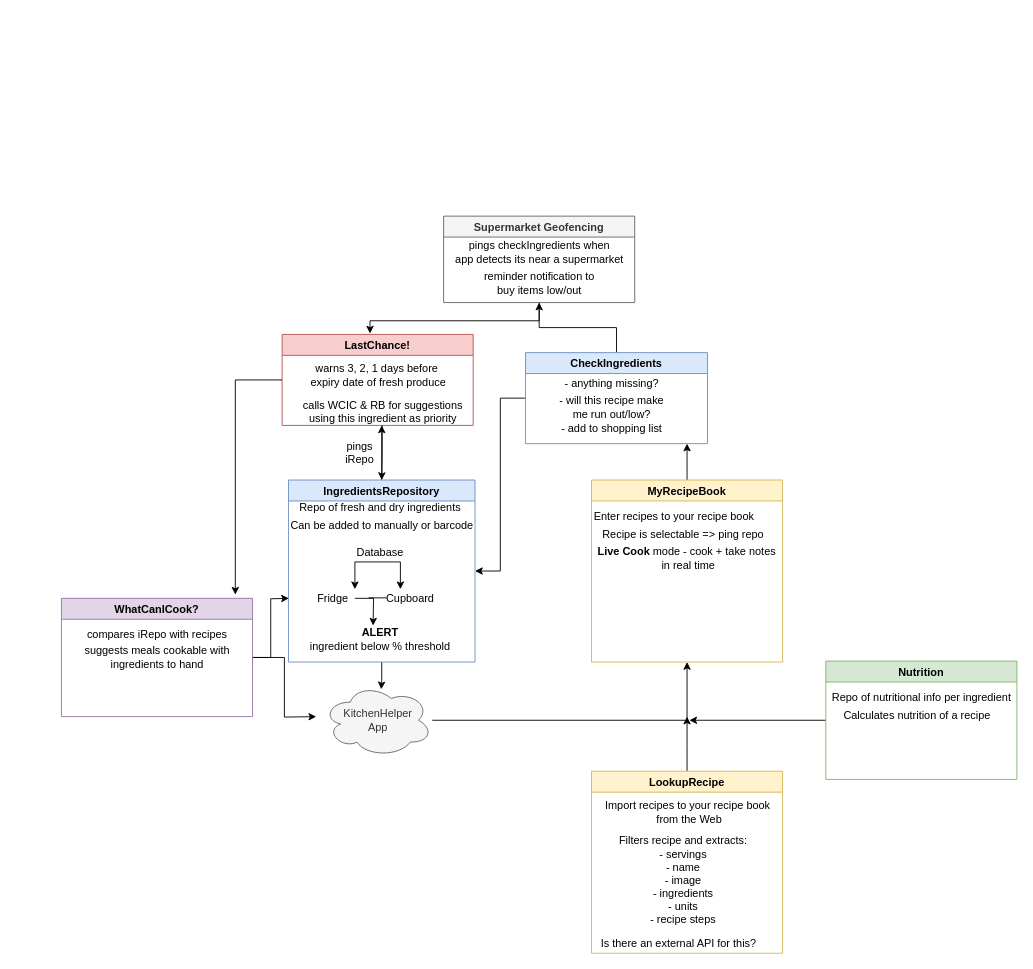
Earlier version of the draw.io diagram diagrams/kitchenHelperModules.drawio (Aroax/kitchen-helper). Source tidied: cells renumbered, new cells numbered last; positions are measured from the earlier drawing's top-left corner, leaving out a move shared by most shapes. Both pictures are drawn from the tidied source at 91%, with x=0, y=0 at pixel (61, 216).
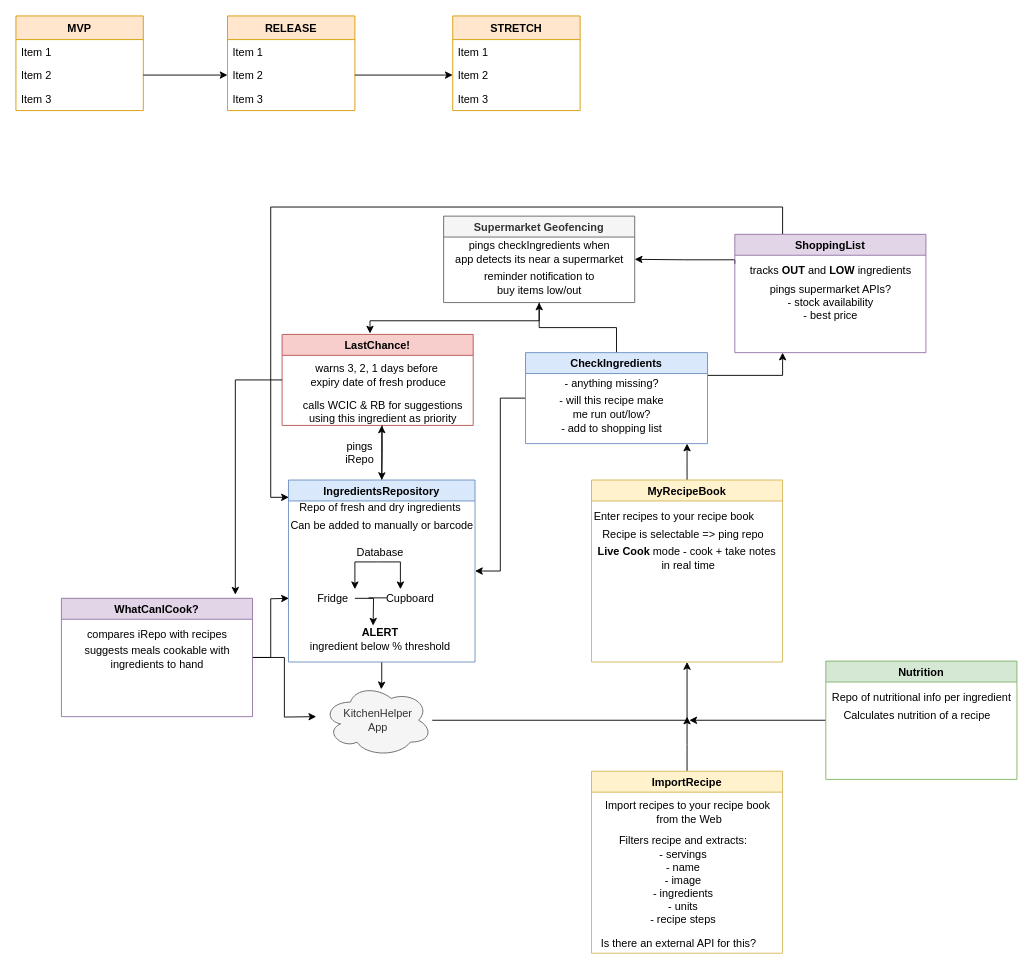
After the change.

Unchanged cells that the change refers to:
```xml
<mxCell id="6" value="IngredientsRepository" style="swimlane;fillColor=#dae8fc;strokeColor=#6c8ebf;" parent="1" vertex="1">
  <mxGeometry x="249.5" y="290" width="205" height="200" as="geometry" />
</mxCell>
<mxCell id="42" value="CheckIngredients" style="swimlane;fillColor=#dae8fc;strokeColor=#6c8ebf;" parent="1" vertex="1">
  <mxGeometry x="510" y="150" width="200" height="100" as="geometry" />
</mxCell>
<mxCell id="50" value="Supermarket Geofencing" style="swimlane;fillColor=#f5f5f5;strokeColor=#666666;fontColor=#333333;" parent="1" vertex="1">
  <mxGeometry x="420" width="210" height="95" as="geometry" />
</mxCell>
```

Diff of the diagram source:
```diff
@@
-    <mxCell id="23" value="LookupRecipe" style="swimlane;fillColor=#fff2cc;strokeColor=#d6b656;" parent="1" vertex="1">
+    <mxCell id="23" value="ImportRecipe" style="swimlane;fillColor=#fff2cc;strokeColor=#d6b656;" parent="1" vertex="1">
       <mxGeometry x="582.5" y="610" width="210" height="200" as="geometry" />
     </mxCell>
@@
+    <mxCell id="53" style="edgeStyle=orthogonalEdgeStyle;rounded=0;jettySize=auto;html=1;exitX=1;exitY=0.25;exitDx=0;exitDy=0;entryX=0.25;entryY=1;entryDx=0;entryDy=0;" parent="1" edge="1" source="42" target="56">
+      <mxGeometry relative="1" as="geometry" />
+    </mxCell>
@@
+    <mxCell id="54" style="edgeStyle=orthogonalEdgeStyle;rounded=0;jettySize=auto;html=1;exitX=0;exitY=0.25;exitDx=0;exitDy=0;entryX=1;entryY=0.5;entryDx=0;entryDy=0;" parent="1" edge="1" source="56" target="50">
+      <mxGeometry relative="1" as="geometry">
+        <Array as="points">
+          <mxPoint x="740" y="48" />
+          <mxPoint x="685" y="48" />
+        </Array>
+      </mxGeometry>
+    </mxCell>
+    <mxCell id="55" style="edgeStyle=orthogonalEdgeStyle;rounded=0;jettySize=auto;html=1;exitX=0.25;exitY=0;exitDx=0;exitDy=0;entryX=0.002;entryY=0.095;entryDx=0;entryDy=0;entryPerimeter=0;" parent="1" edge="1" source="56" target="6">
+      <mxGeometry relative="1" as="geometry">
+        <Array as="points">
+          <mxPoint x="793" y="-10" />
+          <mxPoint x="230" y="-10" />
+          <mxPoint x="230" y="309" />
+        </Array>
+      </mxGeometry>
+    </mxCell>
+    <mxCell id="56" value="ShoppingList" style="swimlane;fillColor=#e1d5e7;strokeColor=#9673a6;" parent="1" vertex="1">
+      <mxGeometry x="740" y="20" width="210" height="130" as="geometry" />
+    </mxCell>
+    <mxCell id="57" value="pings supermarket APIs?&lt;br&gt;- stock availability&lt;br&gt;- best price" style="text;html=1;align=center;verticalAlign=middle;strokeColor=none;" parent="56" vertex="1">
+      <mxGeometry x="30" y="50" width="150" height="50" as="geometry" />
+    </mxCell>
+    <mxCell id="58" value="tracks &lt;b&gt;OUT&lt;/b&gt;&amp;nbsp;and &lt;b&gt;LOW&lt;/b&gt;&amp;nbsp;ingredients" style="text;html=1;align=center;verticalAlign=middle;strokeColor=none;" parent="56" vertex="1">
+      <mxGeometry x="10" y="30" width="190" height="20" as="geometry" />
+    </mxCell>
+    <mxCell id="59" value="MVP" style="swimlane;fontStyle=1;horizontal=1;startSize=26;fillColor=#ffe6cc;strokeColor=#d79b00;" parent="1" vertex="1">
+      <mxGeometry x="-50" y="-220" width="140" height="104" as="geometry" />
+    </mxCell>
+    <mxCell id="60" value="Item 1" style="text;strokeColor=none;fillColor=none;align=left;verticalAlign=top;spacingLeft=4;spacingRight=4;overflow=hidden;" parent="59" vertex="1">
+      <mxGeometry y="26" width="140" height="26" as="geometry" />
+    </mxCell>
+    <mxCell id="61" value="Item 2" style="text;strokeColor=none;fillColor=none;align=left;verticalAlign=top;spacingLeft=4;spacingRight=4;overflow=hidden;points=[[0,0.5],[1,0.5]];portConstraint=eastwest;" parent="59" vertex="1">
+      <mxGeometry y="52" width="140" height="26" as="geometry" />
+    </mxCell>
+    <mxCell id="62" value="Item 3" style="text;strokeColor=none;fillColor=none;align=left;verticalAlign=top;spacingLeft=4;spacingRight=4;overflow=hidden;" parent="59" vertex="1">
+      <mxGeometry y="78" width="140" height="26" as="geometry" />
+    </mxCell>
+    <mxCell id="63" value="RELEASE" style="swimlane;fontStyle=1;horizontal=1;startSize=26;fillColor=#ffe6cc;strokeColor=#d79b00;" parent="1" vertex="1">
+      <mxGeometry x="182.5" y="-220" width="140" height="104" as="geometry" />
+    </mxCell>
+    <mxCell id="64" value="Item 1" style="text;strokeColor=none;fillColor=none;align=left;verticalAlign=top;spacingLeft=4;spacingRight=4;overflow=hidden;" parent="63" vertex="1">
+      <mxGeometry y="26" width="140" height="26" as="geometry" />
+    </mxCell>
+    <mxCell id="65" value="Item 2" style="text;strokeColor=none;fillColor=none;align=left;verticalAlign=top;spacingLeft=4;spacingRight=4;overflow=hidden;points=[[0,0.5],[1,0.5]];portConstraint=eastwest;" parent="63" vertex="1">
+      <mxGeometry y="52" width="140" height="26" as="geometry" />
+    </mxCell>
+    <mxCell id="66" value="Item 3" style="text;strokeColor=none;fillColor=none;align=left;verticalAlign=top;spacingLeft=4;spacingRight=4;overflow=hidden;" parent="63" vertex="1">
+      <mxGeometry y="78" width="140" height="26" as="geometry" />
+    </mxCell>
+    <mxCell id="67" value="STRETCH" style="swimlane;fontStyle=1;horizontal=1;startSize=26;fillColor=#ffe6cc;strokeColor=#d79b00;" parent="1" vertex="1">
+      <mxGeometry x="430" y="-220" width="140" height="104" as="geometry" />
+    </mxCell>
+    <mxCell id="68" value="Item 1" style="text;strokeColor=none;fillColor=none;align=left;verticalAlign=top;spacingLeft=4;spacingRight=4;overflow=hidden;" parent="67" vertex="1">
+      <mxGeometry y="26" width="140" height="26" as="geometry" />
+    </mxCell>
+    <mxCell id="69" value="Item 2" style="text;strokeColor=none;fillColor=none;align=left;verticalAlign=top;spacingLeft=4;spacingRight=4;overflow=hidden;points=[[0,0.5],[1,0.5]];portConstraint=eastwest;" parent="67" vertex="1">
+      <mxGeometry y="52" width="140" height="26" as="geometry" />
+    </mxCell>
+    <mxCell id="70" value="Item 3" style="text;strokeColor=none;fillColor=none;align=left;verticalAlign=top;spacingLeft=4;spacingRight=4;overflow=hidden;" parent="67" vertex="1">
+      <mxGeometry y="78" width="140" height="26" as="geometry" />
+    </mxCell>
+    <mxCell id="71" style="edgeStyle=orthogonalEdgeStyle;rounded=0;jettySize=auto;html=1;exitX=1;exitY=0.5;exitDx=0;exitDy=0;entryX=0;entryY=0.5;entryDx=0;entryDy=0;" parent="1" edge="1" source="61" target="65">
+      <mxGeometry relative="1" as="geometry" />
+    </mxCell>
+    <mxCell id="72" style="edgeStyle=orthogonalEdgeStyle;rounded=0;jettySize=auto;html=1;exitX=1;exitY=0.5;exitDx=0;exitDy=0;entryX=0;entryY=0.5;entryDx=0;entryDy=0;" parent="1" edge="1" source="65" target="69">
+      <mxGeometry relative="1" as="geometry" />
+    </mxCell>
```
